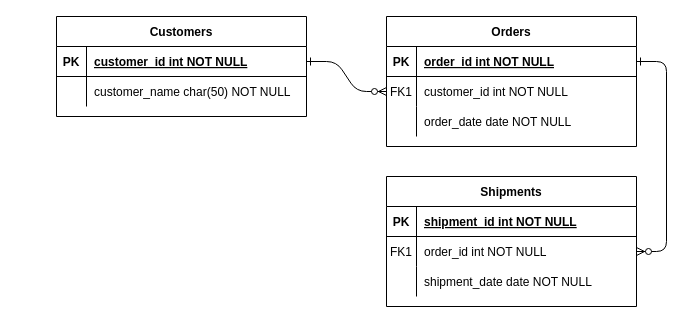
Earlier version of the draw.io diagram ERD.drawio (wolfsquared/Budgeting-App-Diagrams). Source tidied: cells renumbered, new cells numbered last; positions are measured from the earlier drawing's top-left corner, leaving out a move shared by most shapes. Both pictures are drawn from the tidied source at 100%, with x=0, y=0 at pixel (56, 16).
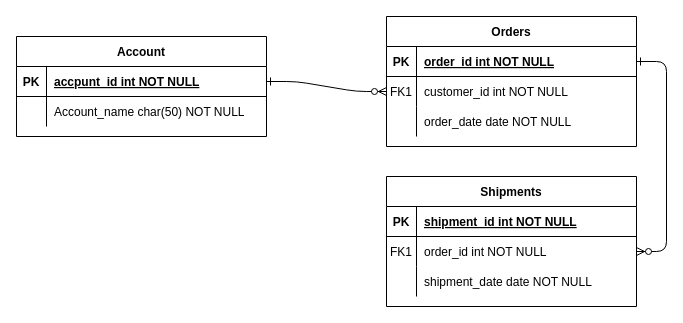
Above is the later version.

The change refers to these unchanged cells:
```xml
<mxCell id="25" style="shape=partialRectangle;fillColor=none;points=[[0,0.5],[1,0.5]];portConstraint=eastwest;top=0;left=0;right=0;bottom=1;" parent="24" vertex="1">
  <mxGeometry y="30" width="250" height="30" as="geometry" />
</mxCell>
<mxCell id="28" style="shape=partialRectangle;fillColor=none;top=0;left=0;right=0;bottom=0;" parent="24" vertex="1">
  <mxGeometry y="60" width="250" height="30" as="geometry" />
</mxCell>
```

Diff of the diagram source:
```diff
@@
-    <mxCell id="24" value="Customers" style="shape=table;startSize=30;childLayout=tableLayout;rowLines=0;fontStyle=1;align=center;" parent="1" vertex="1">
-      <mxGeometry width="250" height="100" as="geometry" />
+    <mxCell id="24" value="Account" style="shape=table;startSize=30;childLayout=tableLayout;rowLines=0;fontStyle=1;align=center;" parent="1" vertex="1">
+      <mxGeometry x="-40" y="20" width="250" height="100" as="geometry" />
     </mxCell>
@@
-    <mxCell id="27" value="customer_id int NOT NULL " style="shape=partialRectangle;overflow=hidden;fillColor=none;top=0;left=0;bottom=0;right=0;align=left;spacingLeft=6;fontStyle=5;" parent="25" vertex="1">
+    <mxCell id="27" value="accpunt_id int NOT NULL " style="shape=partialRectangle;overflow=hidden;fillColor=none;top=0;left=0;bottom=0;right=0;align=left;spacingLeft=6;fontStyle=5;" parent="25" vertex="1">
       <mxGeometry x="30" width="220" height="30" as="geometry" />
     </mxCell>
@@
-    <mxCell id="30" value="customer_name char(50) NOT NULL" style="shape=partialRectangle;overflow=hidden;fillColor=none;top=0;left=0;bottom=0;right=0;align=left;spacingLeft=6;" parent="28" vertex="1">
+    <mxCell id="30" value="Account_name char(50) NOT NULL" style="shape=partialRectangle;overflow=hidden;fillColor=none;top=0;left=0;bottom=0;right=0;align=left;spacingLeft=6;" parent="28" vertex="1">
       <mxGeometry x="30" width="220" height="30" as="geometry" />
     </mxCell>
```
